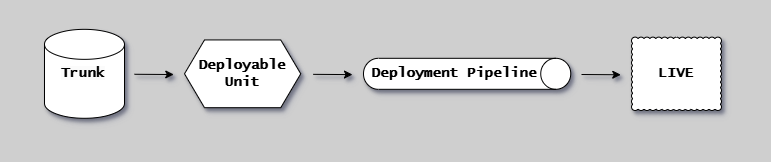
Before: docs/assets/branching/overview-small.drawio.png, a diagram exported from draw.io (ready-to-release/eac). Source tidied: cells renumbered, new cells last; positions are measured from the earlier drawing's top-left corner, leaving out a move shared by most shapes.
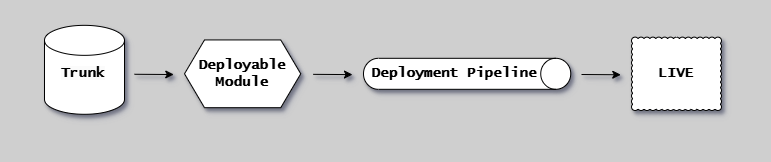
The same file after the commit.

What changed in the source:
```diff
@@ -2,11 +2,11 @@
   <root>
     <mxCell id="0" />
     <mxCell id="1" parent="0" />
-    <mxCell id="2" value="Deployable&lt;br style=&quot;font-size: 14px;&quot;&gt;Unit" style="shape=hexagon;perimeter=hexagonPerimeter2;whiteSpace=wrap;html=1;fixedSize=1;fontFamily=Lucida Console;fontStyle=1;fontSize=14;shadow=1;" parent="1" vertex="1">
+    <mxCell id="2" value="Deployable&lt;br style=&quot;font-size: 14px;&quot;&gt;Module" style="shape=hexagon;perimeter=hexagonPerimeter2;whiteSpace=wrap;html=1;fixedSize=1;fontFamily=Lucida Console;fontStyle=1;fontSize=14;shadow=1;" parent="1" vertex="1">
       <mxGeometry x="180" y="69.4" width="116.2" height="67.8" as="geometry" />
     </mxCell>
     <mxCell id="3" style="shape=cylinder3;whiteSpace=wrap;html=1;boundedLbl=1;backgroundOutline=1;size=15;fontFamily=Lucida Console;fontStyle=1;fontSize=14;shadow=1;" parent="1" vertex="1">
-      <mxGeometry x="40" y="58.8" width="80" height="88.9" as="geometry" />
+      <mxGeometry x="40" y="54.8" width="80" height="88.9" as="geometry" />
     </mxCell>
     <mxCell id="4" value="LIVE" style="whiteSpace=wrap;html=1;shape=mxgraph.basic.cloud_rect;fontFamily=Lucida Console;fontStyle=1;fontSize=14;shadow=1;" parent="1" vertex="1">
       <mxGeometry x="627" y="66.6" width="90" height="73.4" as="geometry" />
```
